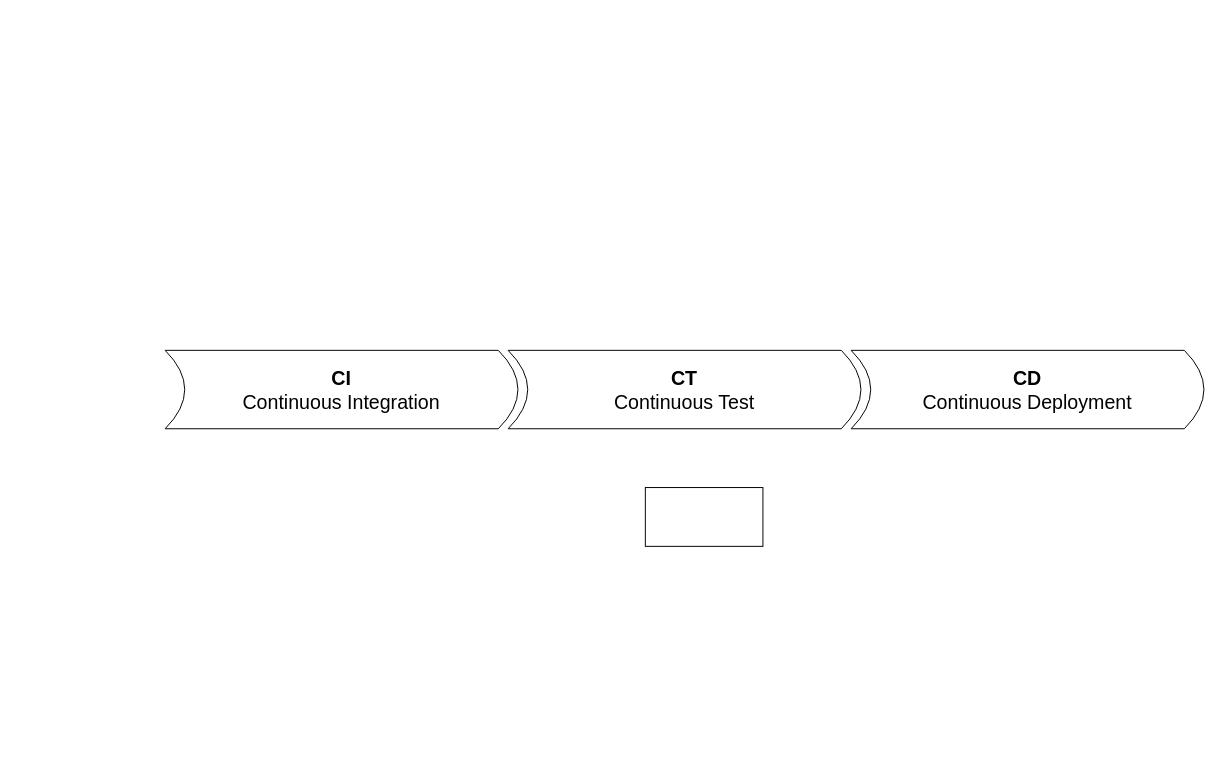
EdwardsKorea/CommonDrawIO keeps this draw.io diagram as Devops Pipeline.drawio. Above is the earlier version. Source tidied: cells renumbered, new cells numbered last; positions are measured from the earlier drawing's top-left corner, leaving out a move shared by most shapes. Both pictures are drawn from the tidied source at 98%, with x=0, y=0 at pixel (165, 350).
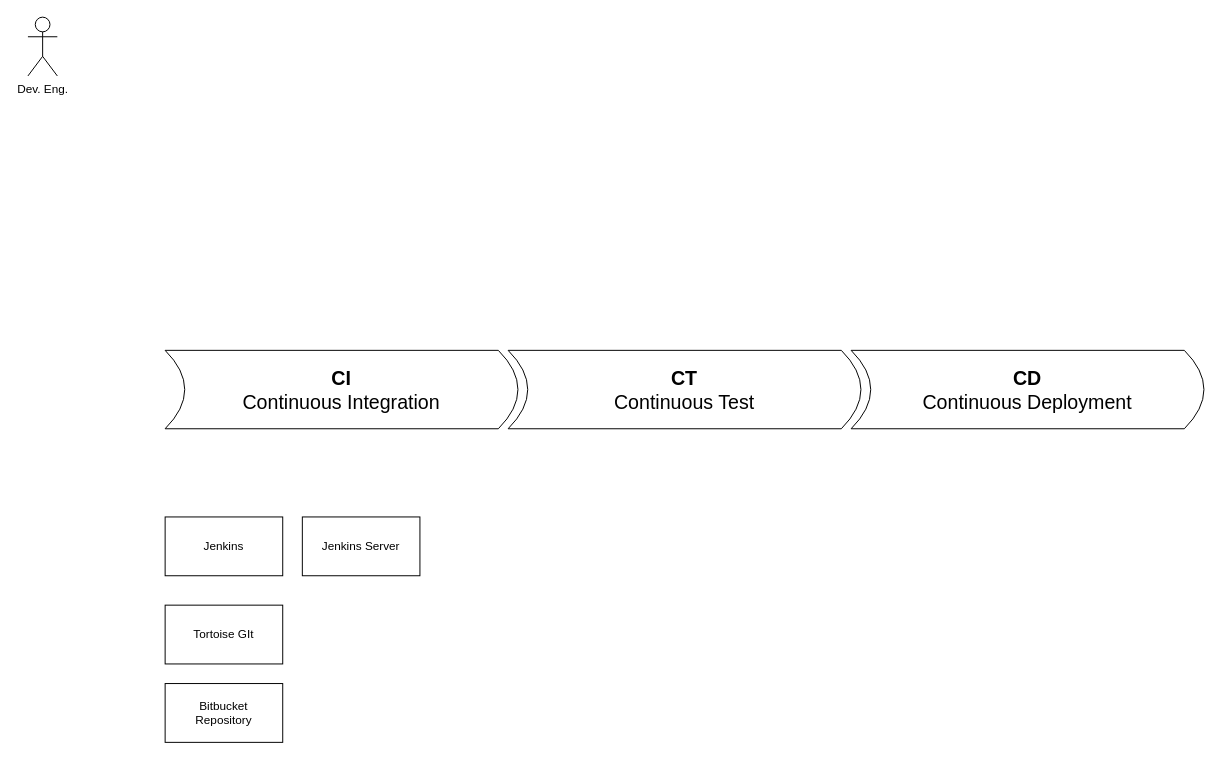
After the change.

Change to the diagram source:
```diff
@@
 <mxGraphModel>
   <root>
     <mxCell id="0" />
     <mxCell id="1" parent="0" />
     <mxCell id="2" value="&lt;b style=&quot;font-size: 20px;&quot;&gt;&lt;font style=&quot;font-size: 20px;&quot;&gt;CI&lt;/font&gt;&lt;/b&gt;&lt;div style=&quot;font-size: 20px;&quot;&gt;&lt;font style=&quot;font-size: 20px;&quot;&gt;Continuous Integration&lt;/font&gt;&lt;/div&gt;" style="shape=dataStorage;whiteSpace=wrap;html=1;fixedSize=1;flipH=1;" parent="1" vertex="1">
       <mxGeometry width="360" height="80" as="geometry" />
     </mxCell>
     <mxCell id="3" value="&lt;b style=&quot;font-size: 20px;&quot;&gt;CT&lt;/b&gt;&lt;div style=&quot;font-size: 20px;&quot;&gt;Continuous Test&lt;/div&gt;" style="shape=dataStorage;whiteSpace=wrap;html=1;fixedSize=1;flipH=1;fontSize=20;" parent="1" vertex="1">
       <mxGeometry x="350" width="360" height="80" as="geometry" />
     </mxCell>
     <mxCell id="4" value="&lt;b style=&quot;font-size: 20px;&quot;&gt;CD&lt;/b&gt;&lt;div style=&quot;font-size: 20px;&quot;&gt;Continuous Deployment&lt;/div&gt;" style="shape=dataStorage;whiteSpace=wrap;html=1;fixedSize=1;flipH=1;fontSize=20;" parent="1" vertex="1">
       <mxGeometry x="700" width="360" height="80" as="geometry" />
     </mxCell>
-    <mxCell id="5" style="rounded=0;whiteSpace=wrap;html=1;" parent="1" vertex="1">
-      <mxGeometry x="490" y="140" width="120" height="60" as="geometry" />
+    <mxCell id="5" value="Jenkins" style="rounded=0;whiteSpace=wrap;html=1;" parent="1" vertex="1">
+      <mxGeometry y="170" width="120" height="60" as="geometry" />
     </mxCell>
+    <mxCell id="6" value="Tortoise GIt" style="rounded=0;whiteSpace=wrap;html=1;" parent="1" vertex="1">
+      <mxGeometry y="260" width="120" height="60" as="geometry" />
+    </mxCell>
+    <mxCell id="7" value="Bitbucket&lt;div&gt;Repository&lt;/div&gt;" style="rounded=0;whiteSpace=wrap;html=1;" parent="1" vertex="1">
+      <mxGeometry y="340" width="120" height="60" as="geometry" />
+    </mxCell>
+    <mxCell id="8" value="Dev. Eng." style="shape=umlActor;verticalLabelPosition=bottom;verticalAlign=top;html=1;" parent="1" vertex="1">
+      <mxGeometry x="-140" y="-340" width="30" height="60" as="geometry" />
+    </mxCell>
+    <mxCell id="9" value="Jenkins Server" style="rounded=0;whiteSpace=wrap;html=1;" parent="1" vertex="1">
+      <mxGeometry x="140" y="170" width="120" height="60" as="geometry" />
+    </mxCell>
   </root>
 </mxGraphModel>
```
